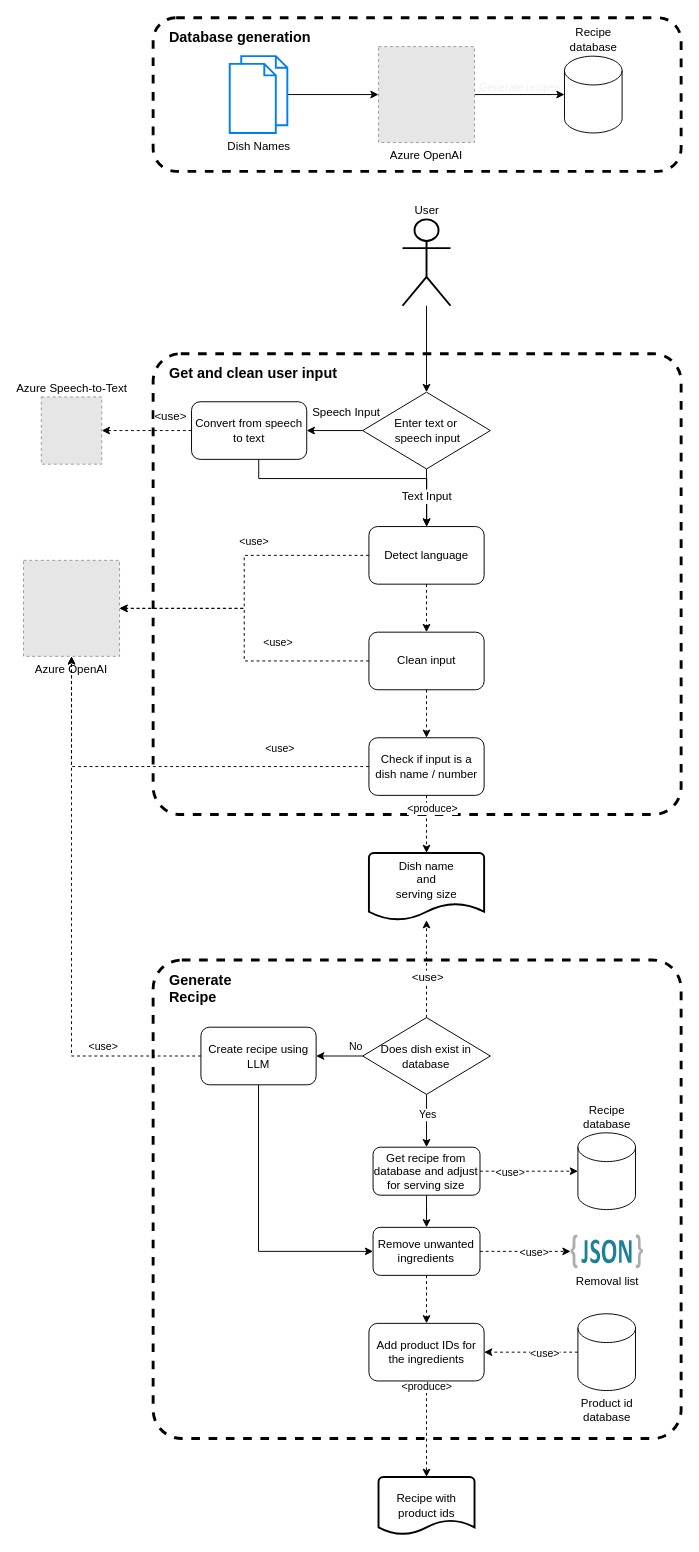
Above: recipe-generator/images/recipe_generator.drawio in deepnetworkgmbh/generative-ai (draw.io), before the change. Source tidied: cells renumbered, new cells numbered last; positions are measured from the earlier drawing's top-left corner, leaving out a move shared by most shapes. Both pictures are drawn from the tidied source at 96%, with x=0, y=0 at pixel (23, 17). Pictures stored in the file or linked from it are replaced by grey dashed boxes.
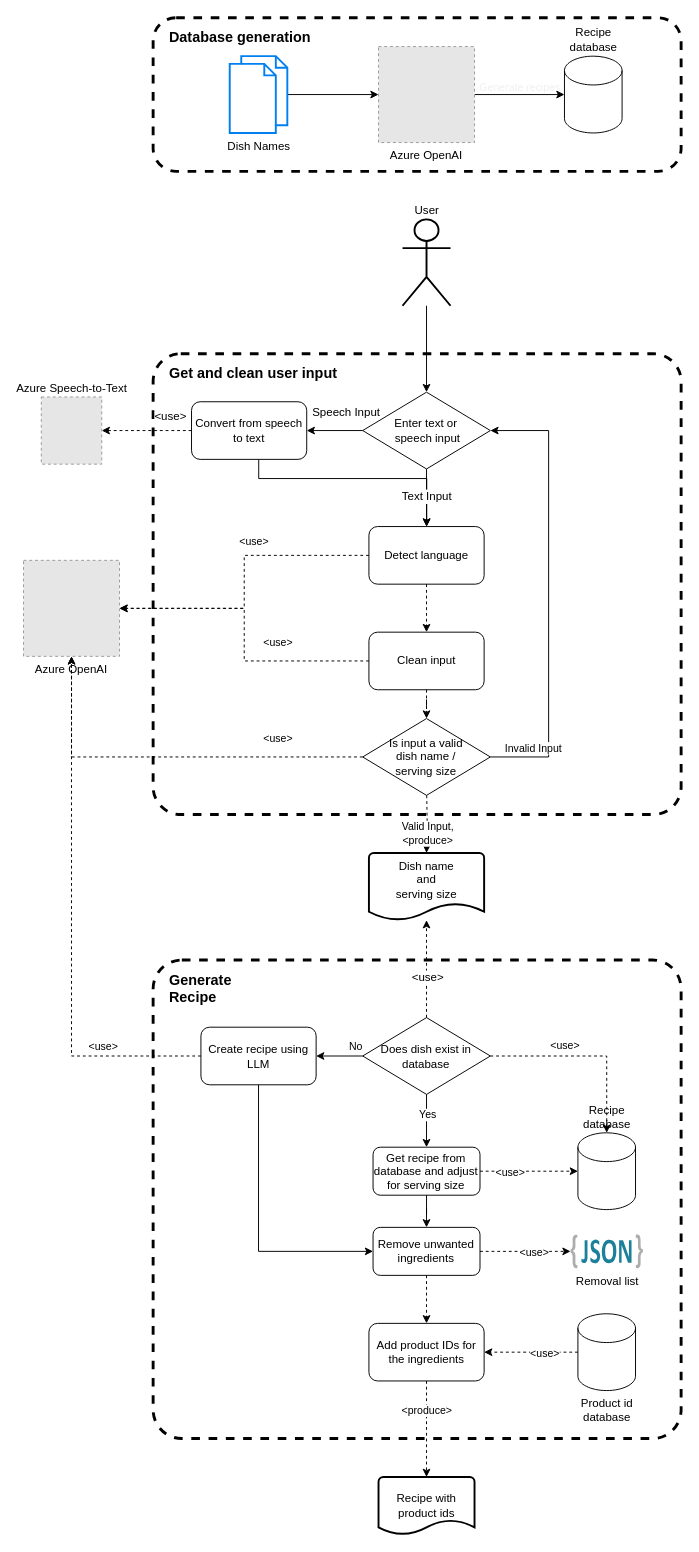
Above is the later version.

Commit message (it also covers changes not shown here):
(recipe-generator): Fix flow diagram

The change refers to these unchanged cells:
```xml
<mxCell id="13" value="Clean input" style="rounded=1;whiteSpace=wrap;html=1;fillStyle=hatch;" parent="1" vertex="1">
  <mxGeometry x="359.8" y="640" width="120" height="60" as="geometry" />
</mxCell>
<mxCell id="21" value="Azure OpenAI" style="fillColor=#E6E6E6;strokeColor=#999999;dashed=1;verticalLabelPosition=bottom;labelBackgroundColor=default;verticalAlign=top;" parent="1" vertex="1">
  <mxGeometry y="565.2" width="100" height="100" as="geometry" />
</mxCell>
<mxCell id="27" value="Dish name&lt;br&gt;and&lt;br&gt;serving size" style="strokeWidth=2;shape=mxgraph.flowchart.document2;size=0.25;fillColor=none;strokeColor=default;fontColor=default;labelBackgroundColor=none;spacing=2;verticalAlign=top;labelPosition=center;verticalLabelPosition=middle;align=center;html=1;whiteSpace=wrap;" parent="1" vertex="1">
  <mxGeometry x="359.8" y="870" width="120" height="70" as="geometry" />
</mxCell>
<mxCell id="34" value="Does dish exist in database" style="rhombus;whiteSpace=wrap;html=1;fillColor=none;" parent="1" vertex="1">
  <mxGeometry x="353.3" y="1041.5" width="133" height="80" as="geometry" />
</mxCell>
<mxCell id="47" value="Recipe database" style="shape=cylinder3;whiteSpace=wrap;html=1;boundedLbl=1;backgroundOutline=1;size=15;labelPosition=center;verticalLabelPosition=top;align=center;verticalAlign=bottom;fillColor=none;" parent="1" vertex="1">
  <mxGeometry x="577.5" y="1161.5" width="60" height="80" as="geometry" />
</mxCell>
<mxCell id="49" style="edgeStyle=orthogonalEdgeStyle;rounded=0;jettySize=auto;html=1;dashed=1;fontColor=default;" parent="1" edge="1" source="51" target="55">
  <mxGeometry relative="1" as="geometry" />
</mxCell>
<mxCell id="64" value="Enter text or&lt;br&gt;&amp;nbsp;speech input" style="rhombus;whiteSpace=wrap;html=1;fillColor=none;" parent="1" vertex="1">
  <mxGeometry x="353.3" y="390" width="133" height="80" as="geometry" />
</mxCell>
```

What changed in the source:
```diff
@@
-    <mxCell id="12" style="edgeStyle=orthogonalEdgeStyle;rounded=0;jettySize=auto;html=1;dashed=1;fontColor=default;" parent="1" edge="1" source="13" target="26">
+    <mxCell id="12" style="edgeStyle=orthogonalEdgeStyle;rounded=0;jettySize=auto;html=1;dashed=1;fontColor=default;" parent="1" edge="1" source="13" target="69">
       <mxGeometry relative="1" as="geometry" />
     </mxCell>
@@
-    <mxCell id="22" style="edgeStyle=orthogonalEdgeStyle;rounded=0;jettySize=auto;html=1;dashed=1;fontColor=default;" parent="1" edge="1" source="26" target="21">
+    <mxCell id="22" style="edgeStyle=orthogonalEdgeStyle;rounded=0;jettySize=auto;html=1;dashed=1;fontColor=default;" parent="1" edge="1" source="69" target="21">
       <mxGeometry relative="1" as="geometry" />
     </mxCell>
@@
-    <mxCell id="24" style="edgeStyle=orthogonalEdgeStyle;rounded=0;jettySize=auto;html=1;dashed=1;fontColor=default;" parent="1" edge="1" source="26" target="27">
-      <mxGeometry relative="1" as="geometry" />
+    <mxCell id="24" style="edgeStyle=orthogonalEdgeStyle;rounded=0;jettySize=auto;html=1;dashed=1;fontColor=default;" parent="1" edge="1" target="27">
+      <mxGeometry relative="1" as="geometry">
+        <mxPoint x="420" y="810" as="sourcePoint" />
+      </mxGeometry>
     </mxCell>
-    <mxCell id="25" value="&amp;lt;produce&amp;gt;" style="edgeLabel;html=1;align=center;verticalAlign=middle;fontColor=default;" parent="24" vertex="1">
+    <mxCell id="25" value="Valid Input,&lt;br&gt;&amp;lt;produce&amp;gt;" style="edgeLabel;html=1;align=center;verticalAlign=middle;fontColor=default;" parent="24" vertex="1">
       <mxGeometry x="-0.24" relative="1" as="geometry">
-        <mxPoint x="6" y="-10" as="offset" />
+        <mxPoint y="17" as="offset" />
       </mxGeometry>
     </mxCell>
-    <mxCell id="26" value="Check if input is a dish name / number" style="rounded=1;whiteSpace=wrap;html=1;fillStyle=hatch;" parent="1" vertex="1">
-      <mxGeometry x="359.8" y="750" width="120" height="60" as="geometry" />
-    </mxCell>
+    <mxCell id="65" style="edgeStyle=orthogonalEdgeStyle;rounded=0;jettySize=auto;html=1;entryX=1;entryY=0.5;entryDx=0;entryDy=0;" parent="1" edge="1" source="69" target="64">
+      <mxGeometry relative="1" as="geometry">
+        <Array as="points">
+          <mxPoint x="547" y="770" />
+          <mxPoint x="547" y="430" />
+        </Array>
+      </mxGeometry>
+    </mxCell>
+    <mxCell id="66" value="Invalid Input" style="edgeLabel;html=1;align=center;verticalAlign=middle;" parent="65" vertex="1">
+      <mxGeometry x="-0.81" y="-2" relative="1" as="geometry">
+        <mxPoint y="-12" as="offset" />
+      </mxGeometry>
+    </mxCell>
@@
+    <mxCell id="67" style="edgeStyle=orthogonalEdgeStyle;rounded=0;jettySize=auto;html=1;dashed=1;" parent="1" edge="1" source="34" target="47">
+      <mxGeometry relative="1" as="geometry" />
+    </mxCell>
+    <mxCell id="68" value="&amp;lt;use&amp;gt;" style="edgeLabel;html=1;align=center;verticalAlign=middle;" parent="67" vertex="1">
+      <mxGeometry x="-0.17" relative="1" as="geometry">
+        <mxPoint x="-6" y="-11" as="offset" />
+      </mxGeometry>
+    </mxCell>
@@
     <mxCell id="50" value="&amp;lt;produce&amp;gt;" style="edgeLabel;html=1;align=center;verticalAlign=middle;fontColor=default;" parent="49" vertex="1">
       <mxGeometry x="-0.38" y="-1" relative="1" as="geometry">
-        <mxPoint x="1" y="-26" as="offset" />
+        <mxPoint x="1" y="-1" as="offset" />
       </mxGeometry>
     </mxCell>
@@
+    <mxCell id="69" value="Is input a valid &lt;br&gt;dish name / &lt;br&gt;serving size" style="rhombus;whiteSpace=wrap;html=1;fillColor=none;" parent="1" vertex="1">
+      <mxGeometry x="353.3" y="730" width="133" height="80" as="geometry" />
+    </mxCell>
```
